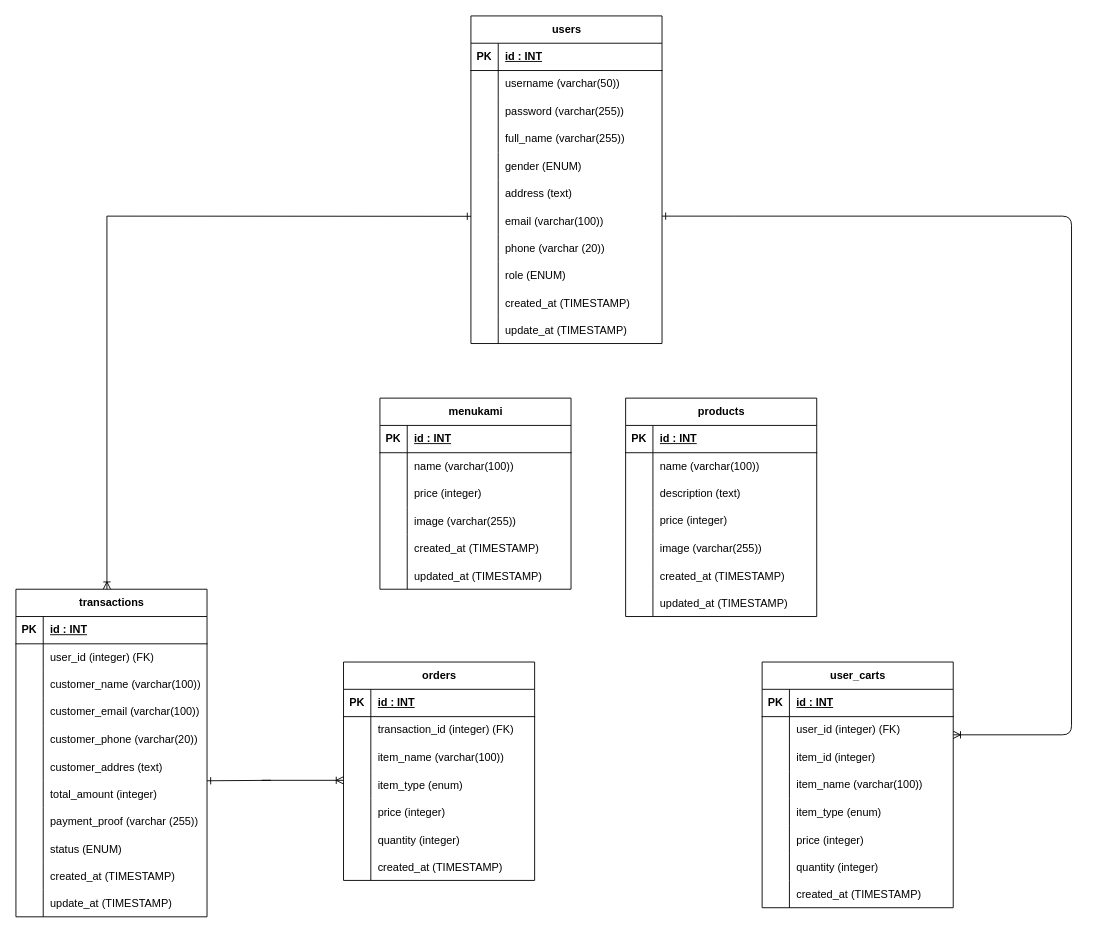
Earlier version of the draw.io diagram config/ERD.drawio (ahmadhn26/DelingKopi). Source tidied: cells renumbered, new cells numbered last; positions are measured from the earlier drawing's top-left corner, leaving out a move shared by most shapes. Both pictures are drawn from the tidied source at 91%, with x=0, y=0 at pixel (15, 15).
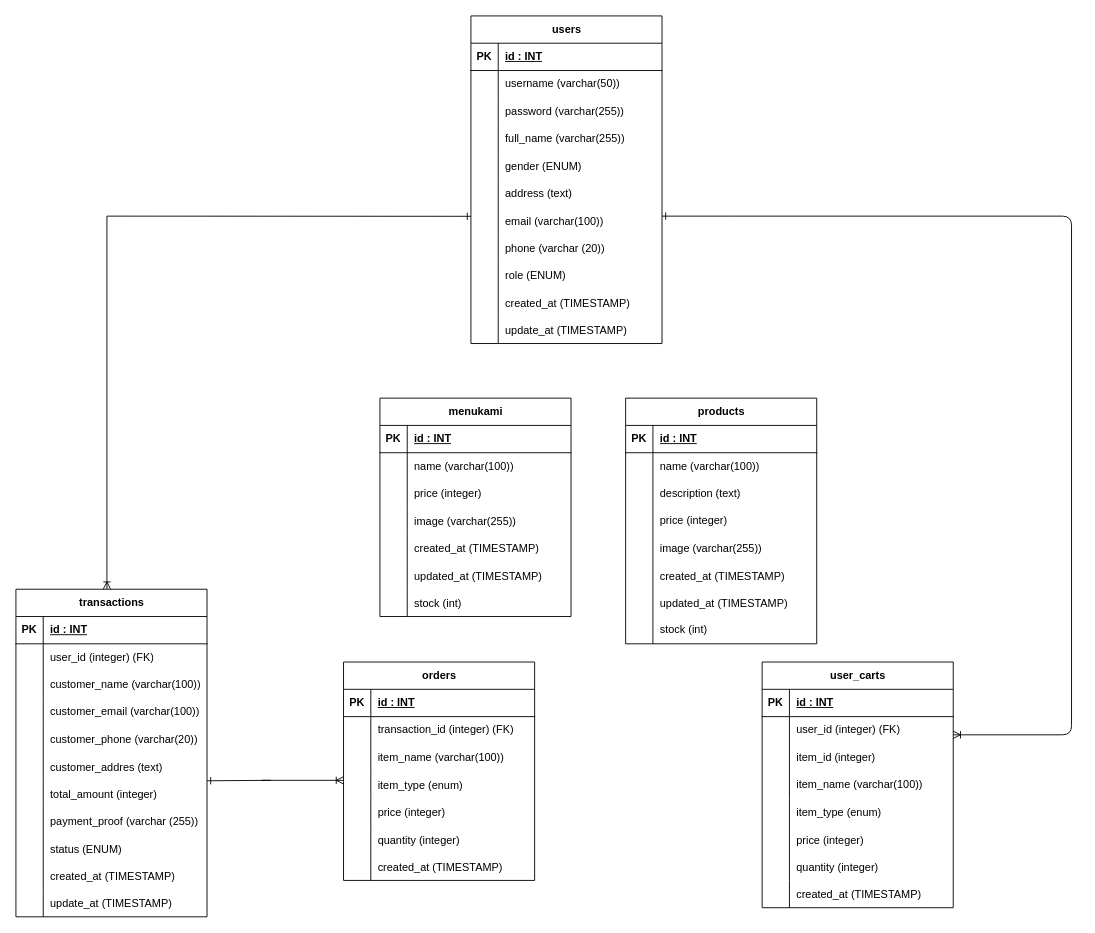
The same page after the edit.

What changed in the source:
```diff
@@
     <mxCell id="36" value="products" style="shape=table;startSize=30;childLayout=tableLayout;rowLines=0;fontStyle=1;align=center;html=1;" parent="1" vertex="1">
-      <mxGeometry x="670" y="420" width="210" height="240" as="geometry" />
+      <mxGeometry x="670" y="420" width="210" height="270" as="geometry" />
     </mxCell>
@@
+    <mxCell id="164" style="shape=tableRow;horizontal=0;startSize=0;swimlaneHead=0;swimlaneBody=0;fillColor=none;top=0;left=0;right=0;bottom=0;" parent="36" vertex="1">
+      <mxGeometry y="240" width="210" height="30" as="geometry" />
+    </mxCell>
+    <mxCell id="165" style="shape=partialRectangle;fillColor=none;top=0;left=0;bottom=0;right=0;overflow=hidden;whiteSpace=wrap;html=1;" parent="164" vertex="1">
+      <mxGeometry width="30" height="30" as="geometry" />
+    </mxCell>
+    <mxCell id="166" value="stock (int)" style="shape=partialRectangle;fillColor=none;top=0;left=0;bottom=0;right=0;align=left;spacingLeft=6;overflow=hidden;whiteSpace=wrap;html=1;" parent="164" vertex="1">
+      <mxGeometry x="30" width="180" height="30" as="geometry" />
+    </mxCell>
@@
     <mxCell id="145" value="menukami" style="shape=table;startSize=30;childLayout=tableLayout;rowLines=0;fontStyle=1;align=center;html=1;" parent="1" vertex="1">
-      <mxGeometry x="400" y="420" width="210" height="210" as="geometry" />
+      <mxGeometry x="400" y="420" width="210" height="240" as="geometry" />
     </mxCell>
@@
+    <mxCell id="167" style="shape=tableRow;horizontal=0;startSize=0;swimlaneHead=0;swimlaneBody=0;fillColor=none;top=0;left=0;right=0;bottom=0;" parent="145" vertex="1">
+      <mxGeometry y="210" width="210" height="30" as="geometry" />
+    </mxCell>
+    <mxCell id="168" style="shape=partialRectangle;fillColor=none;top=0;left=0;bottom=0;right=0;overflow=hidden;" parent="167" vertex="1">
+      <mxGeometry width="30" height="30" as="geometry" />
+    </mxCell>
+    <mxCell id="169" value="stock (int)" style="shape=partialRectangle;fillColor=none;top=0;left=0;bottom=0;right=0;align=left;spacingLeft=6;overflow=hidden;" parent="167" vertex="1">
+      <mxGeometry x="30" width="180" height="30" as="geometry" />
+    </mxCell>
```
